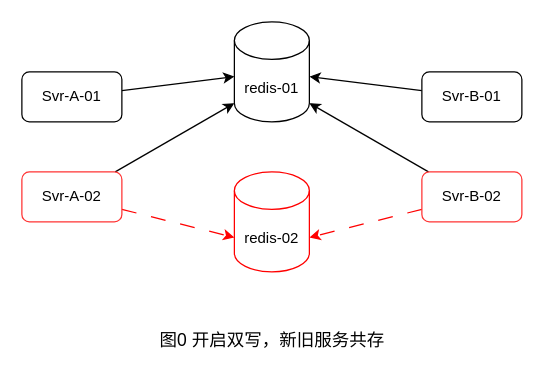
Before: redis/step-01.drawio in luotian-ola/data-migrate, a draw.io diagram. Source tidied: cells renumbered, new cells numbered last; positions are measured from the earlier drawing's top-left corner, leaving out a move shared by most shapes. Both pictures are drawn from the tidied source at 125%, with x=0, y=0 at pixel (21, 21).
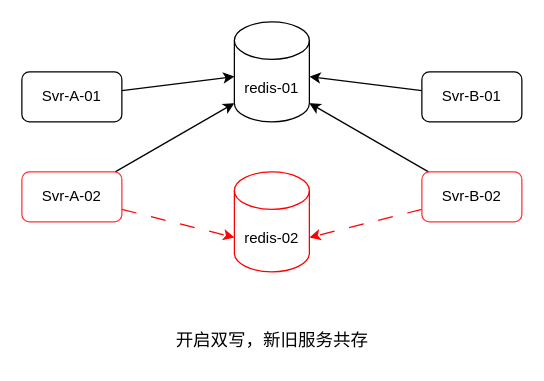
The same page after the edit.

Change to the diagram source:
```diff
@@
 <mxGraphModel>
   <root>
     <mxCell id="0" />
     <mxCell id="1" parent="0" />
     <mxCell id="2" style="edgeStyle=none;html=1;fontSize=14;" parent="1" edge="1" source="3" target="6">
       <mxGeometry relative="1" as="geometry" />
     </mxCell>
     <mxCell id="3" value="Svr-A-01" style="rounded=1;whiteSpace=wrap;html=1;" parent="1" vertex="1">
       <mxGeometry y="40" width="80" height="40" as="geometry" />
     </mxCell>
     <mxCell id="4" style="edgeStyle=none;html=1;fontSize=14;" parent="1" edge="1" source="5" target="6">
       <mxGeometry relative="1" as="geometry" />
     </mxCell>
     <mxCell id="5" value="Svr-B-01" style="rounded=1;whiteSpace=wrap;html=1;" parent="1" vertex="1">
       <mxGeometry x="320" y="40" width="80" height="40" as="geometry" />
     </mxCell>
     <mxCell id="6" value="redis-01" style="shape=cylinder3;whiteSpace=wrap;html=1;boundedLbl=1;backgroundOutline=1;size=15;" parent="1" vertex="1">
       <mxGeometry x="170" width="60" height="80" as="geometry" />
     </mxCell>
-    <mxCell id="7" value="图0 开启双写，新旧服务共存" style="text;html=1;align=center;verticalAlign=middle;strokeColor=none;fillColor=none;fontSize=14;" parent="1" vertex="1">
-      <mxGeometry x="100" y="240" width="200" height="30" as="geometry" />
+    <mxCell id="7" value="开启双写，新旧服务共存" style="text;html=1;align=center;verticalAlign=middle;strokeColor=none;fillColor=none;fontSize=14;" parent="1" vertex="1">
+      <mxGeometry x="110" y="240" width="180" height="30" as="geometry" />
     </mxCell>
     <mxCell id="8" value="redis-02" style="shape=cylinder3;whiteSpace=wrap;html=1;boundedLbl=1;backgroundOutline=1;size=15;strokeColor=#FF0000;" parent="1" vertex="1">
       <mxGeometry x="170" y="120" width="60" height="80" as="geometry" />
     </mxCell>
     <mxCell id="9" style="edgeStyle=none;html=1;entryX=0;entryY=1;entryDx=0;entryDy=-15;entryPerimeter=0;" parent="1" edge="1" source="11" target="6">
       <mxGeometry relative="1" as="geometry" />
     </mxCell>
     <mxCell id="10" style="edgeStyle=none;html=1;entryX=0;entryY=0;entryDx=0;entryDy=52.5;entryPerimeter=0;dashed=1;dashPattern=12 12;strokeColor=#FF0000;" parent="1" edge="1" source="11" target="8">
       <mxGeometry relative="1" as="geometry" />
     </mxCell>
     <mxCell id="11" value="Svr-A-02" style="rounded=1;whiteSpace=wrap;html=1;strokeColor=#FF3333;" parent="1" vertex="1">
       <mxGeometry y="120" width="80" height="40" as="geometry" />
     </mxCell>
     <mxCell id="12" style="edgeStyle=none;html=1;entryX=1;entryY=1;entryDx=0;entryDy=-15;entryPerimeter=0;" parent="1" edge="1" source="14" target="6">
       <mxGeometry relative="1" as="geometry" />
     </mxCell>
     <mxCell id="13" style="edgeStyle=none;html=1;entryX=1;entryY=0;entryDx=0;entryDy=52.5;entryPerimeter=0;dashed=1;dashPattern=12 12;strokeColor=#FF0000;" parent="1" edge="1" source="14" target="8">
       <mxGeometry relative="1" as="geometry" />
     </mxCell>
     <mxCell id="14" value="Svr-B-02" style="rounded=1;whiteSpace=wrap;html=1;strokeColor=#FF3333;" parent="1" vertex="1">
       <mxGeometry x="320" y="120" width="80" height="40" as="geometry" />
     </mxCell>
   </root>
 </mxGraphModel>
```
